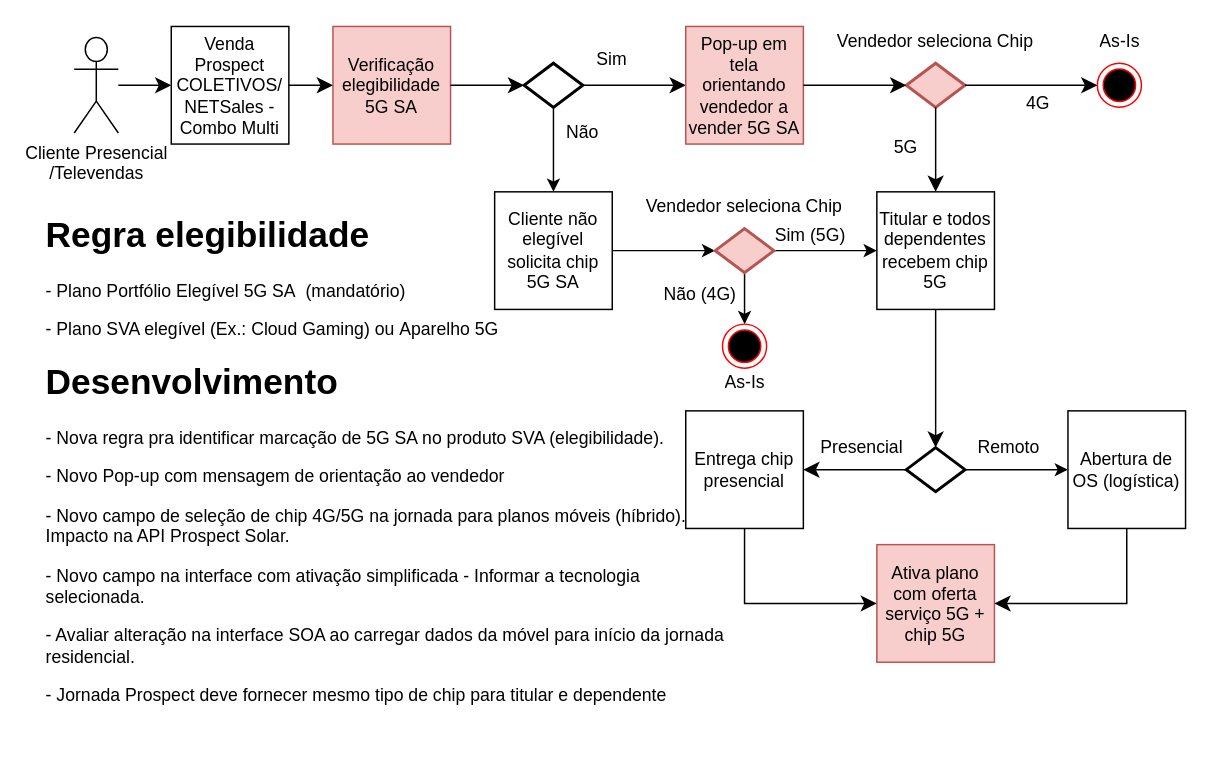
Above: page "Prospect NETSales" (2 of 6) of 5GSA.drawio in samirali/ClaroBrasil (draw.io), before the change. Source tidied: cells renumbered, new cells numbered last; positions are measured from the earlier drawing's top-left corner, leaving out a move shared by most shapes. Both pictures are drawn from the tidied source at 147%, with x=0, y=0 at pixel (38, 26).
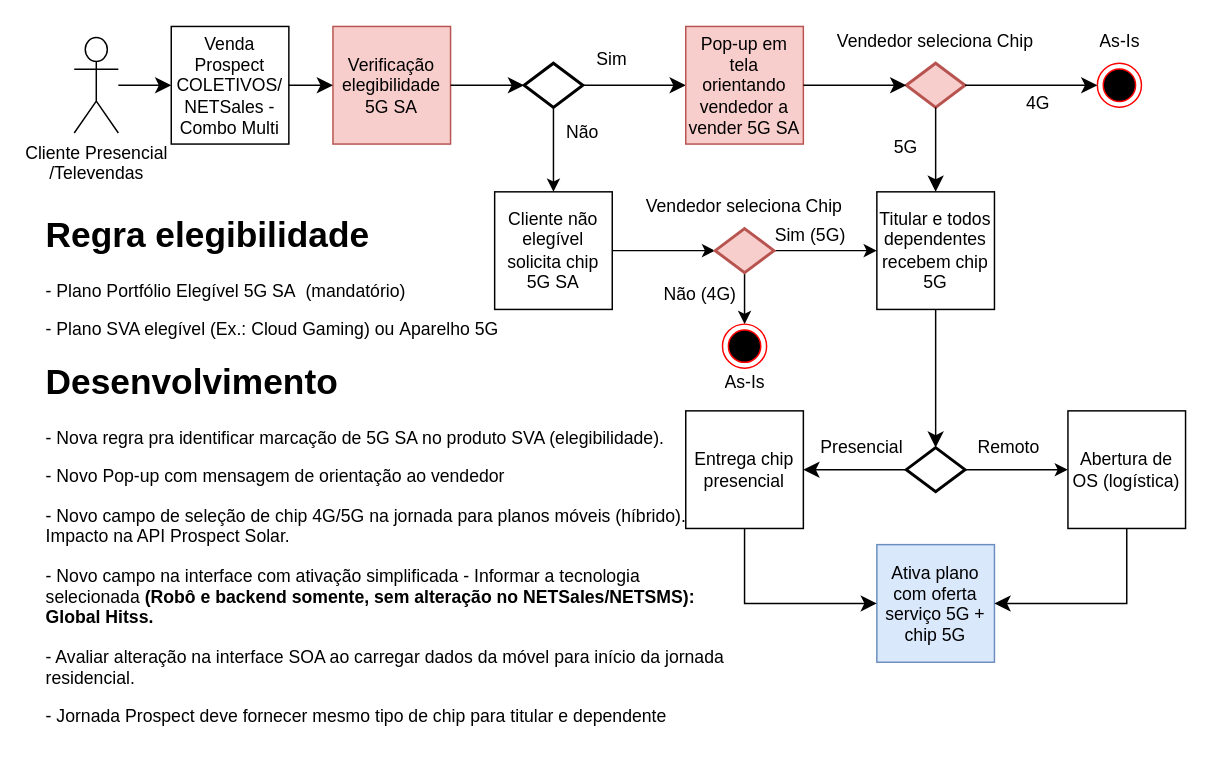
The same diagram, later.

Change to the diagram source:
```diff
@@
-    <mxCell id="32" value="&lt;p style=&quot;line-height: normal; margin: 0pt 0in; text-indent: 0in; direction: ltr; unicode-bidi: embed; word-break: normal;&quot;&gt;Ativa plano com oferta serviço 5G + chip 5G&lt;/p&gt;" style="whiteSpace=wrap;html=1;fillColor=#f8cecc;strokeColor=#b85450;" parent="1" vertex="1">
+    <mxCell id="32" value="&lt;p style=&quot;line-height: normal; margin: 0pt 0in; text-indent: 0in; direction: ltr; unicode-bidi: embed; word-break: normal;&quot;&gt;Ativa plano com oferta serviço 5G + chip 5G&lt;/p&gt;" style="whiteSpace=wrap;html=1;fillColor=#dae8fc;strokeColor=#6c8ebf;" parent="1" vertex="1">
       <mxGeometry x="570" y="352" width="80" height="80" as="geometry" />
     </mxCell>
@@
-    <mxCell id="45" value="&lt;h1&gt;Desenvolvimento&lt;/h1&gt;&lt;p style=&quot;border-color: var(--border-color);&quot;&gt;- Nova regra pra identificar marcação de 5G SA no produto SVA (elegibilidade).&lt;/p&gt;&lt;p style=&quot;border-color: var(--border-color);&quot;&gt;- Novo Pop-up com mensagem de orientação ao vendedor&lt;/p&gt;&lt;p style=&quot;border-color: var(--border-color);&quot;&gt;- Novo campo de seleção de chip 4G/5G na jornada para planos móveis (híbrido). Impacto na API Prospect Solar.&lt;/p&gt;&lt;p style=&quot;border-color: var(--border-color);&quot;&gt;- Novo campo na interface com ativação simplificada - Informar a tecnologia selecionada.&lt;/p&gt;&lt;p style=&quot;border-color: var(--border-color);&quot;&gt;- Avaliar alteração na interface SOA ao carregar dados da móvel para início da jornada residencial.&lt;/p&gt;&lt;p style=&quot;border-color: var(--border-color);&quot;&gt;&lt;span style=&quot;background-color: initial;&quot;&gt;- Jornada Prospect deve fornecer mesmo tipo de chip para titular e dependente&lt;/span&gt;&lt;br&gt;&lt;/p&gt;&lt;p&gt;&lt;br&gt;&lt;/p&gt;&lt;div&gt;&lt;br&gt;&lt;/div&gt;" style="text;html=1;strokeColor=none;fillColor=none;spacing=5;spacingTop=-20;whiteSpace=wrap;overflow=hidden;rounded=0;" parent="1" vertex="1">
+    <mxCell id="45" value="&lt;h1&gt;Desenvolvimento&lt;/h1&gt;&lt;p style=&quot;border-color: var(--border-color);&quot;&gt;- Nova regra pra identificar marcação de 5G SA no produto SVA (elegibilidade).&lt;/p&gt;&lt;p style=&quot;border-color: var(--border-color);&quot;&gt;- Novo Pop-up com mensagem de orientação ao vendedor&lt;/p&gt;&lt;p style=&quot;border-color: var(--border-color);&quot;&gt;- Novo campo de seleção de chip 4G/5G na jornada para planos móveis (híbrido). Impacto na API Prospect Solar.&lt;/p&gt;&lt;p style=&quot;border-color: var(--border-color);&quot;&gt;- Novo campo na interface com ativação simplificada - Informar a tecnologia selecionada&lt;b&gt; (Robô e backend somente, sem alteração no NETSales/NETSMS): Global Hitss.&lt;/b&gt;&lt;/p&gt;&lt;p style=&quot;border-color: var(--border-color);&quot;&gt;- Avaliar alteração na interface SOA ao carregar dados da móvel para início da jornada residencial.&lt;/p&gt;&lt;p style=&quot;border-color: var(--border-color);&quot;&gt;&lt;span style=&quot;background-color: initial;&quot;&gt;- Jornada Prospect deve fornecer mesmo tipo de chip para titular e dependente&lt;/span&gt;&lt;br&gt;&lt;/p&gt;&lt;p&gt;&lt;br&gt;&lt;/p&gt;&lt;div&gt;&lt;br&gt;&lt;/div&gt;" style="text;html=1;strokeColor=none;fillColor=none;spacing=5;spacingTop=-20;whiteSpace=wrap;overflow=hidden;rounded=0;" parent="1" vertex="1">
       <mxGeometry y="222" width="470" height="270" as="geometry" />
     </mxCell>
```
